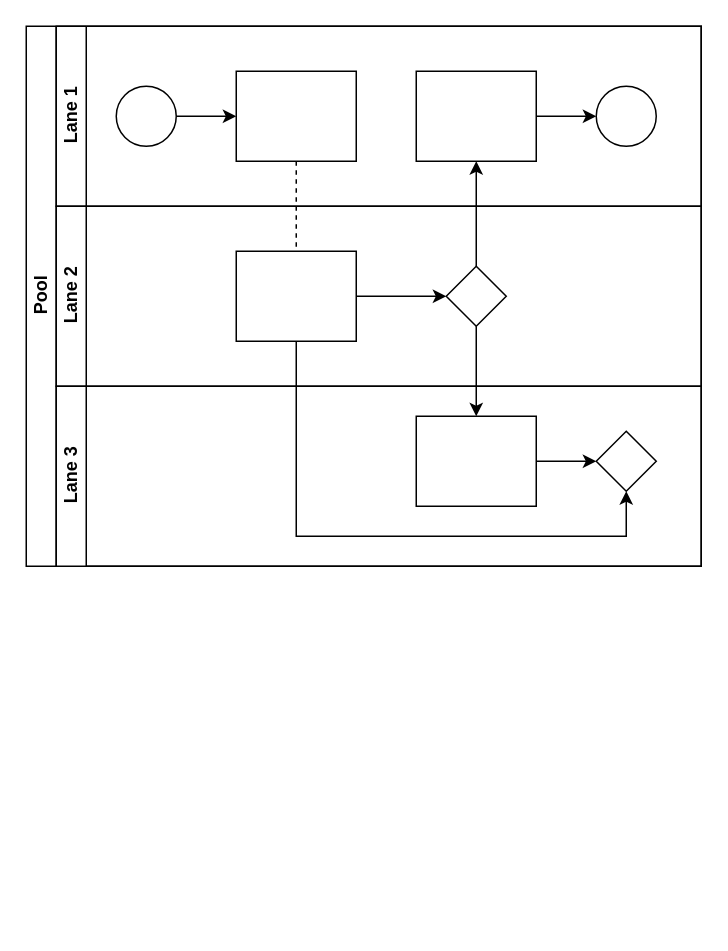
Above: Diagrama sem nome.drawio in natashamilhomem/projetoGit (draw.io), before the change. Source tidied: cells renumbered, new cells numbered last; positions are measured from the earlier drawing's top-left corner, leaving out a move shared by most shapes. Both pictures are drawn from the tidied source at 150%, with x=0, y=0 at pixel (26, 26).
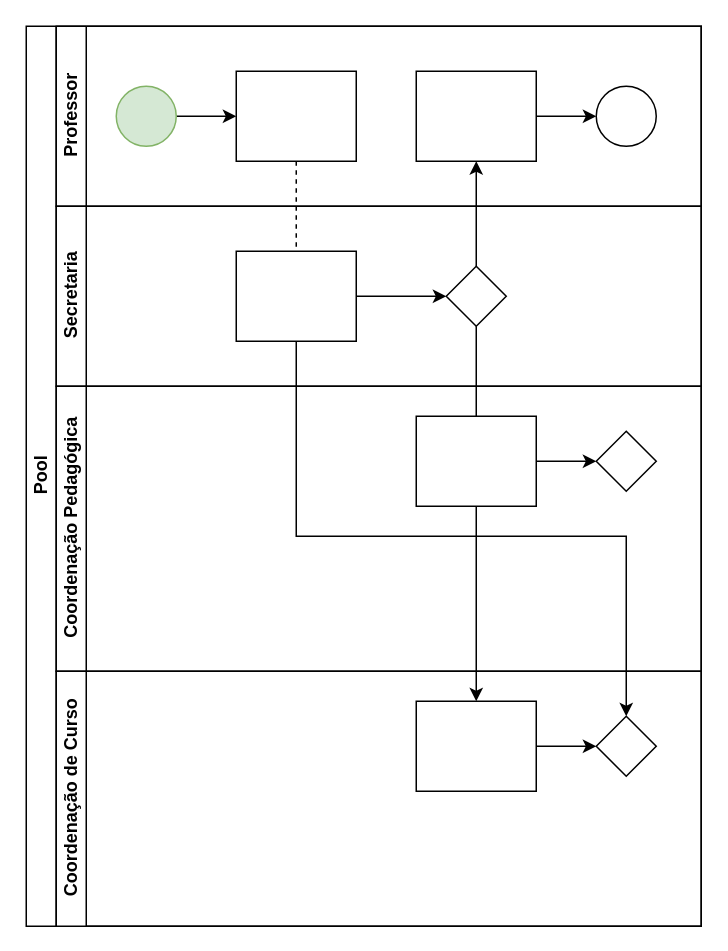
The same page after the edit.

Change to the diagram source:
```diff
@@
     <mxCell id="2" value="Pool" style="swimlane;html=1;horizontal=0;startSize=20;" parent="1" vertex="1">
-      <mxGeometry width="450" height="360" as="geometry" />
+      <mxGeometry width="450" height="600" as="geometry" />
     </mxCell>
@@
-    <mxCell id="7" value="Lane 1" style="swimlane;html=1;startSize=20;horizontal=0;" parent="2" vertex="1">
+    <mxCell id="7" value="Professor" style="swimlane;html=1;startSize=20;horizontal=0;" parent="2" vertex="1">
       <mxGeometry x="20" width="430" height="120" as="geometry" />
     </mxCell>
@@
-    <mxCell id="9" style="ellipse;whiteSpace=wrap;html=1;" parent="7" vertex="1">
+    <mxCell id="9" style="ellipse;whiteSpace=wrap;html=1;fillColor=#d5e8d4;strokeColor=#82b366;" parent="7" vertex="1">
       <mxGeometry x="40" y="40" width="40" height="40" as="geometry" />
     </mxCell>
@@
-    <mxCell id="14" value="Lane 2" style="swimlane;html=1;startSize=20;horizontal=0;" parent="2" vertex="1">
+    <mxCell id="14" value="Secretaria" style="swimlane;html=1;startSize=20;horizontal=0;" parent="2" vertex="1">
       <mxGeometry x="20" y="120" width="430" height="120" as="geometry" />
     </mxCell>
@@
+    <mxCell id="22" value="Coordenação Pedagógica" style="swimlane;html=1;startSize=20;horizontal=0;" parent="2" vertex="1">
+      <mxGeometry x="20" y="240" width="430" height="190" as="geometry" />
+    </mxCell>
+    <mxCell id="23" style="edgeStyle=orthogonalEdgeStyle;rounded=0;jettySize=auto;html=1;endArrow=classic;endFill=1;" parent="22" edge="1" source="24" target="25">
+      <mxGeometry relative="1" as="geometry" />
+    </mxCell>
+    <mxCell id="24" style="rounded=0;whiteSpace=wrap;html=1;fontFamily=Helvetica;fontSize=12;fontColor=#000000;align=center;" parent="22" vertex="1">
+      <mxGeometry x="240" y="20" width="80" height="60" as="geometry" />
+    </mxCell>
+    <mxCell id="25" style="rhombus;whiteSpace=wrap;html=1;fontFamily=Helvetica;fontSize=12;fontColor=#000000;align=center;" parent="22" vertex="1">
+      <mxGeometry x="360" y="30" width="40" height="40" as="geometry" />
+    </mxCell>
-    <mxCell id="18" value="Lane 3" style="swimlane;html=1;startSize=20;horizontal=0;" parent="2" vertex="1">
-      <mxGeometry x="20" y="240" width="430" height="120" as="geometry" />
+    <mxCell id="18" value="Coordenação de&amp;nbsp;Curso" style="swimlane;html=1;startSize=20;horizontal=0;" parent="2" vertex="1">
+      <mxGeometry x="20" y="430" width="430" height="170" as="geometry" />
     </mxCell>
```
